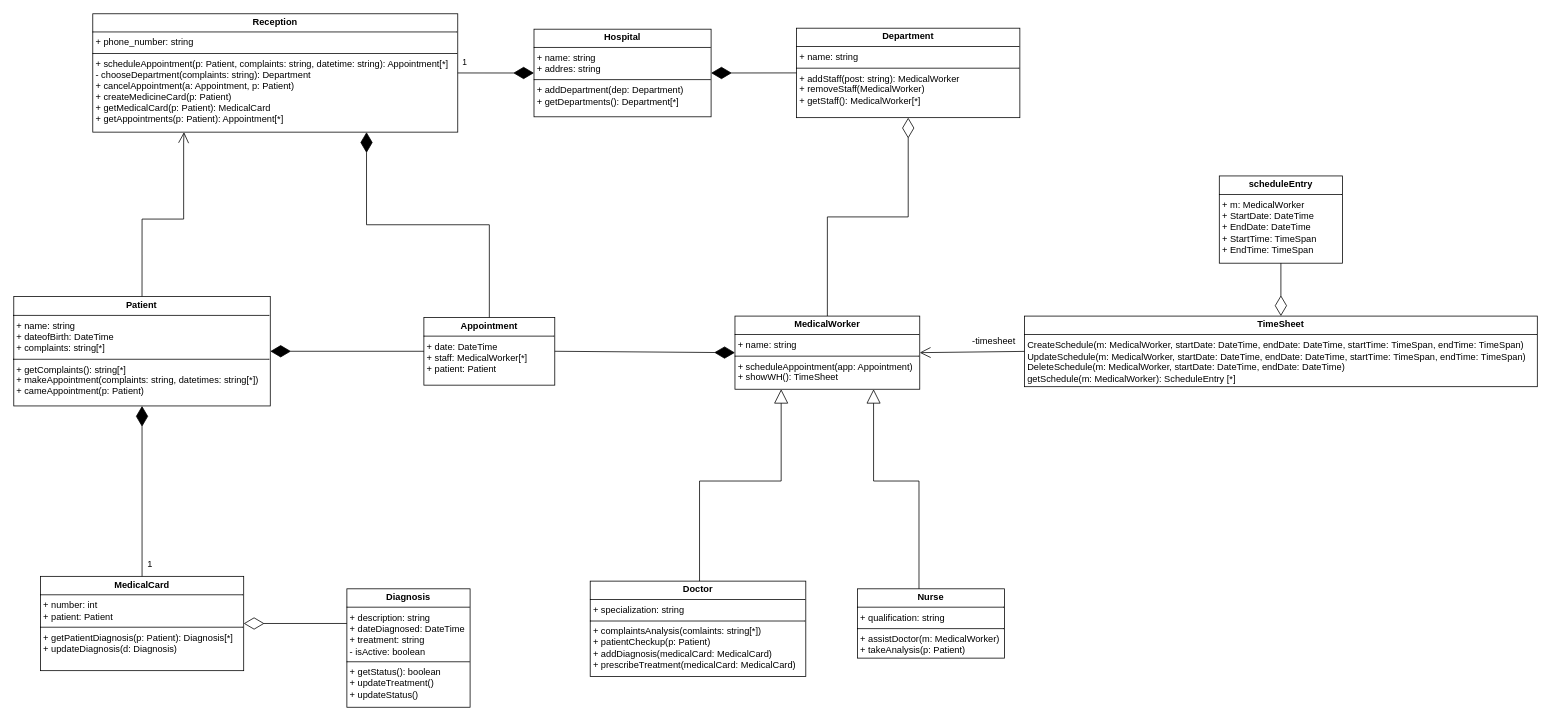
Before: lab2/.drawio/CD.drawio in nedeadinside/oaoaoaoaoaoaoaoa, a draw.io diagram. Source tidied: cells renumbered, new cells numbered last; positions are measured from the earlier drawing's top-left corner, leaving out a move shared by most shapes. Both pictures are drawn from the tidied source at 77%, with x=0, y=0 at pixel (13, 13).
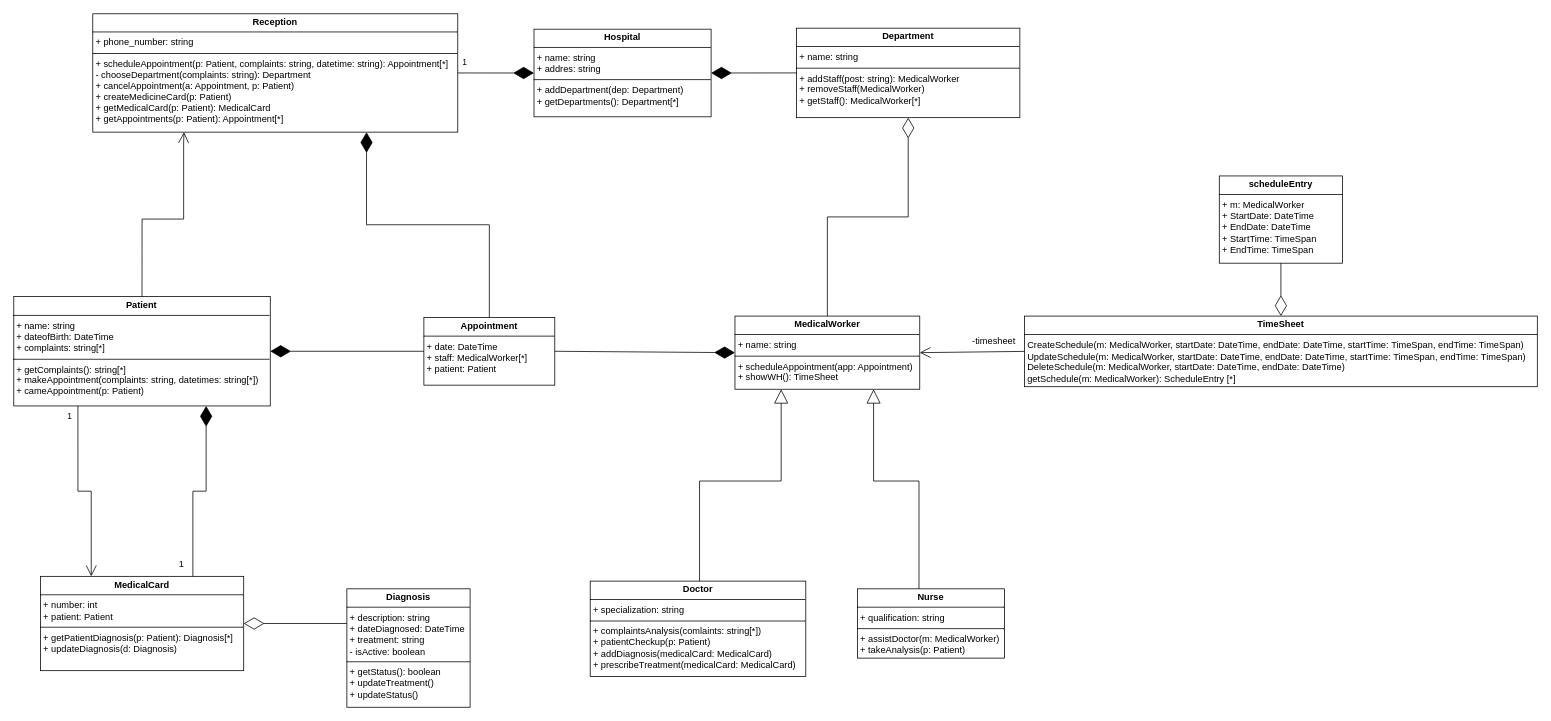
The same diagram, later.

The change refers to these unchanged cells:
```xml
<mxCell id="13" value="&lt;p style=&quot;margin:0px;margin-top:4px;text-align:center;&quot;&gt;&lt;b&gt;Patient&lt;/b&gt;&lt;/p&gt;&lt;hr size=&quot;1&quot; style=&quot;border-style:solid;&quot;&gt;&lt;p style=&quot;margin:0px;margin-left:4px;&quot;&gt;+ name: string&lt;/p&gt;&lt;p style=&quot;margin:0px;margin-left:4px;&quot;&gt;+ dateofBirth: DateTime&lt;/p&gt;&lt;p style=&quot;margin:0px;margin-left:4px;&quot;&gt;+ complaints: string[*]&lt;/p&gt;&lt;hr size=&quot;1&quot; style=&quot;border-style:solid;&quot;&gt;&lt;p style=&quot;margin:0px;margin-left:4px;&quot;&gt;&lt;span style=&quot;background-color: initial;&quot;&gt;+ getComplaints(): string[*]&lt;/span&gt;&lt;/p&gt;&lt;p style=&quot;margin:0px;margin-left:4px;&quot;&gt;&lt;span style=&quot;background-color: initial;&quot;&gt;+ makeAppointment(complaints: string, datetimes: string[*])&lt;/span&gt;&lt;/p&gt;&lt;p style=&quot;margin:0px;margin-left:4px;&quot;&gt;&lt;span style=&quot;background-color: initial;&quot;&gt;+ cameAppointment(p: Patient)&lt;/span&gt;&lt;/p&gt;" style="verticalAlign=top;align=left;overflow=fill;html=1;whiteSpace=wrap;" parent="1" vertex="1">
  <mxGeometry x="0.4" y="367.7" width="333.1" height="142" as="geometry" />
</mxCell>
<mxCell id="15" value="&lt;p style=&quot;margin:0px;margin-top:4px;text-align:center;&quot;&gt;&lt;b&gt;MedicalCard&lt;/b&gt;&lt;/p&gt;&lt;hr size=&quot;1&quot; style=&quot;border-style:solid;&quot;&gt;&lt;p style=&quot;margin:0px;margin-left:4px;&quot;&gt;+ number: int&lt;/p&gt;&lt;p style=&quot;margin:0px;margin-left:4px;&quot;&gt;+ patient: Patient&lt;/p&gt;&lt;hr size=&quot;1&quot; style=&quot;border-style:solid;&quot;&gt;&lt;p style=&quot;margin:0px;margin-left:4px;&quot;&gt;+ getPatientDiagnosis(p: Patient): Diagnosis[*]&lt;/p&gt;&lt;p style=&quot;margin:0px;margin-left:4px;&quot;&gt;+ updateDiagnosis(d: Diagnosis)&lt;/p&gt;" style="verticalAlign=top;align=left;overflow=fill;html=1;whiteSpace=wrap;" parent="1" vertex="1">
  <mxGeometry x="35" y="731" width="264" height="122.5" as="geometry" />
</mxCell>
```

The edit, as a diff of the source:
```diff
@@
-    <mxCell id="23" style="endArrow=diamondThin;endFill=1;endSize=24;html=1;rounded=0;entryX=0.5;entryY=1;entryDx=0;entryDy=0;exitX=0.5;exitY=0;exitDx=0;exitDy=0;" parent="1" edge="1" source="15" target="13">
+    <mxCell id="23" style="endArrow=diamondThin;endFill=1;endSize=24;html=1;rounded=0;entryX=0.75;entryY=1;entryDx=0;entryDy=0;exitX=0.75;exitY=0;exitDx=0;exitDy=0;edgeStyle=orthogonalEdgeStyle;" parent="1" edge="1" source="15" target="13">
       <mxGeometry relative="1" as="geometry" />
     </mxCell>
     <mxCell id="24" value="1" style="text;html=1;align=center;verticalAlign=middle;strokeColor=none;fillColor=none;" parent="1" vertex="1">
-      <mxGeometry x="162" y="701" width="30" height="30" as="geometry" />
+      <mxGeometry x="203" y="701" width="30" height="30" as="geometry" />
     </mxCell>
@@
+    <mxCell id="32" style="endArrow=open;endFill=1;endSize=12;html=1;rounded=0;exitX=0.25;exitY=1;exitDx=0;exitDy=0;entryX=0.25;entryY=0;entryDx=0;entryDy=0;edgeStyle=orthogonalEdgeStyle;" parent="1" edge="1" source="13" target="15">
+      <mxGeometry relative="1" as="geometry" />
+    </mxCell>
+    <mxCell id="33" value="1" style="edgeLabel;html=1;align=center;verticalAlign=middle;" parent="32" vertex="1">
+      <mxGeometry x="-0.89" y="-1" relative="1" as="geometry">
+        <mxPoint x="-10" as="offset" />
+      </mxGeometry>
+    </mxCell>
```
